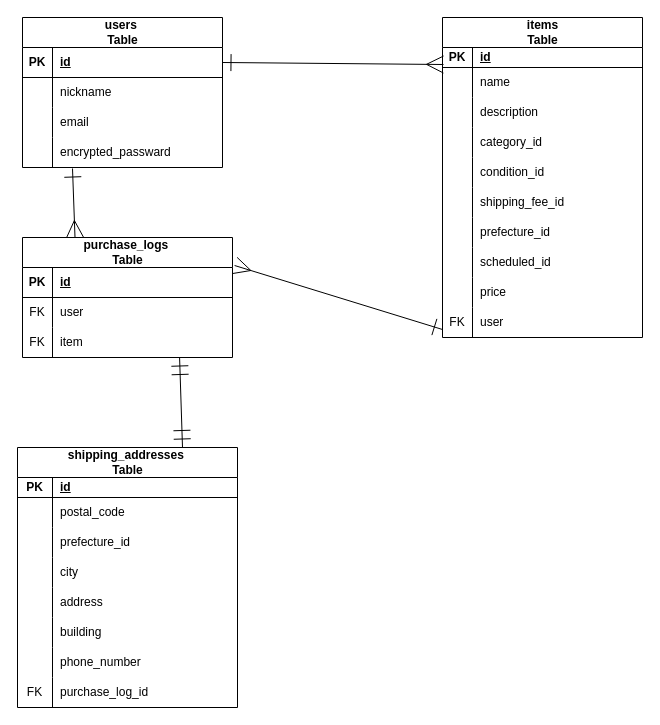
Earlier version of the draw.io diagram test.dio (kazumasa8/furima-42228). Source tidied: cells renumbered, new cells numbered last; positions are measured from the earlier drawing's top-left corner, leaving out a move shared by most shapes. Both pictures are drawn from the tidied source at 100%, with x=0, y=0 at pixel (17, 17).
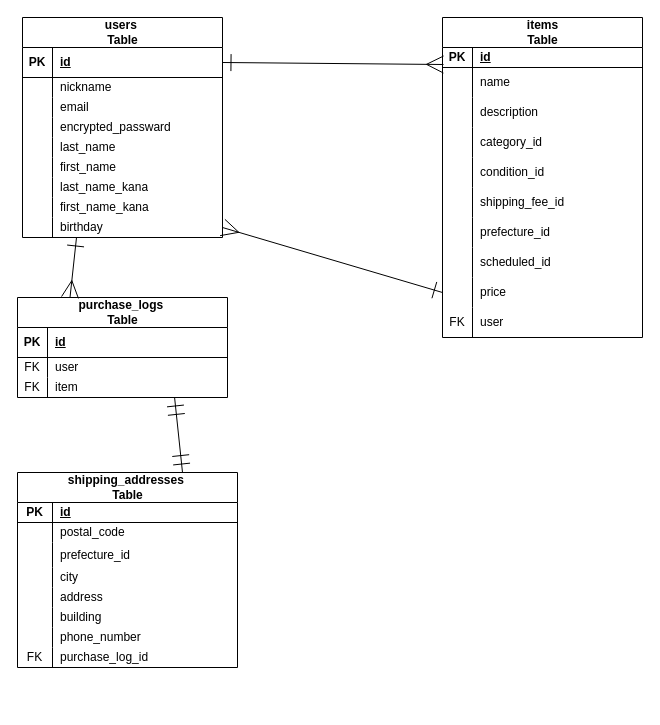
The same diagram, later.

Commit message (it also covers changes not shown here):
データベース設計修正

Unchanged cells that the change refers to:
```xml
<mxCell id="40" style="shape=tableRow;horizontal=0;startSize=0;swimlaneHead=0;swimlaneBody=0;fillColor=none;points=[[0,0.5],[1,0.5]];portConstraint=eastwest;top=0;left=0;right=0;bottom=0;" parent="15" vertex="1">
  <mxGeometry y="260" width="200" height="30" as="geometry" />
</mxCell>
```

What changed in the source:
```diff
@@
     <mxCell id="2" value="users&lt;span style=&quot;background-color: transparent;&quot;&gt;&amp;nbsp;&lt;/span&gt;&lt;div&gt;&lt;div&gt;Table&lt;/div&gt;&lt;/div&gt;" style="shape=table;startSize=30;childLayout=tableLayout;rowLines=0;fontStyle=1;align=center;html=1;fillColor=#FFFFFF;swimlaneFillColor=none;" parent="1" vertex="1">
-      <mxGeometry x="5" width="200" height="150" as="geometry" />
+      <mxGeometry x="5" width="200" height="220" as="geometry" />
     </mxCell>
@@
     <mxCell id="6" style="shape=tableRow;horizontal=0;startSize=0;swimlaneHead=0;swimlaneBody=0;fillColor=none;top=0;left=0;right=0;bottom=0;" parent="2" vertex="1">
-      <mxGeometry y="60" width="200" height="30" as="geometry" />
+      <mxGeometry y="60" width="200" height="20" as="geometry" />
     </mxCell>
     <mxCell id="7" style="shape=partialRectangle;fillColor=none;top=0;left=0;bottom=0;right=0;overflow=hidden;whiteSpace=wrap;html=1;" parent="6" vertex="1">
-      <mxGeometry width="30" height="30" as="geometry" />
+      <mxGeometry width="30" height="20" as="geometry" />
     </mxCell>
     <mxCell id="8" value="nickname" style="shape=partialRectangle;fillColor=none;top=0;left=0;bottom=0;right=0;align=left;spacingLeft=6;overflow=hidden;whiteSpace=wrap;html=1;" parent="6" vertex="1">
-      <mxGeometry x="30" width="170" height="30" as="geometry" />
+      <mxGeometry x="30" width="170" height="20" as="geometry" />
     </mxCell>
     <mxCell id="9" style="shape=tableRow;horizontal=0;startSize=0;swimlaneHead=0;swimlaneBody=0;fillColor=none;top=0;left=0;right=0;bottom=0;" parent="2" vertex="1">
-      <mxGeometry y="90" width="200" height="30" as="geometry" />
+      <mxGeometry y="80" width="200" height="20" as="geometry" />
     </mxCell>
     <mxCell id="10" style="shape=partialRectangle;fillColor=none;top=0;left=0;bottom=0;right=0;overflow=hidden;whiteSpace=wrap;html=1;" parent="9" vertex="1">
-      <mxGeometry width="30" height="30" as="geometry" />
+      <mxGeometry width="30" height="20" as="geometry" />
     </mxCell>
     <mxCell id="11" value="email" style="shape=partialRectangle;fillColor=none;top=0;left=0;bottom=0;right=0;align=left;spacingLeft=6;overflow=hidden;whiteSpace=wrap;html=1;" parent="9" vertex="1">
-      <mxGeometry x="30" width="170" height="30" as="geometry" />
+      <mxGeometry x="30" width="170" height="20" as="geometry" />
     </mxCell>
     <mxCell id="12" style="shape=tableRow;horizontal=0;startSize=0;swimlaneHead=0;swimlaneBody=0;fillColor=none;top=0;left=0;right=0;bottom=0;" parent="2" vertex="1">
-      <mxGeometry y="120" width="200" height="30" as="geometry" />
+      <mxGeometry y="100" width="200" height="20" as="geometry" />
     </mxCell>
     <mxCell id="13" style="shape=partialRectangle;fillColor=none;top=0;left=0;bottom=0;right=0;overflow=hidden;whiteSpace=wrap;html=1;" parent="12" vertex="1">
-      <mxGeometry width="30" height="30" as="geometry" />
+      <mxGeometry width="30" height="20" as="geometry" />
     </mxCell>
     <mxCell id="14" value="encrypted_passward" style="shape=partialRectangle;fillColor=none;top=0;left=0;bottom=0;right=0;align=left;spacingLeft=6;overflow=hidden;whiteSpace=wrap;html=1;" parent="12" vertex="1">
-      <mxGeometry x="30" width="170" height="30" as="geometry" />
+      <mxGeometry x="30" width="170" height="20" as="geometry" />
     </mxCell>
+    <mxCell id="85" style="shape=tableRow;horizontal=0;startSize=0;swimlaneHead=0;swimlaneBody=0;fillColor=none;top=0;left=0;right=0;bottom=0;" parent="2" vertex="1">
+      <mxGeometry y="120" width="200" height="20" as="geometry" />
+    </mxCell>
+    <mxCell id="86" style="shape=partialRectangle;fillColor=none;top=0;left=0;bottom=0;right=0;overflow=hidden;whiteSpace=wrap;html=1;" parent="85" vertex="1">
+      <mxGeometry width="30" height="20" as="geometry" />
+    </mxCell>
+    <mxCell id="87" value="last_name" style="shape=partialRectangle;fillColor=none;top=0;left=0;bottom=0;right=0;align=left;spacingLeft=6;overflow=hidden;whiteSpace=wrap;html=1;" parent="85" vertex="1">
+      <mxGeometry x="30" width="170" height="20" as="geometry" />
+    </mxCell>
+    <mxCell id="88" style="shape=tableRow;horizontal=0;startSize=0;swimlaneHead=0;swimlaneBody=0;fillColor=none;top=0;left=0;right=0;bottom=0;" parent="2" vertex="1">
+      <mxGeometry y="140" width="200" height="20" as="geometry" />
+    </mxCell>
+    <mxCell id="89" style="shape=partialRectangle;fillColor=none;top=0;left=0;bottom=0;right=0;overflow=hidden;whiteSpace=wrap;html=1;" parent="88" vertex="1">
+      <mxGeometry width="30" height="20" as="geometry" />
+    </mxCell>
+    <mxCell id="90" value="first_name" style="shape=partialRectangle;fillColor=none;top=0;left=0;bottom=0;right=0;align=left;spacingLeft=6;overflow=hidden;whiteSpace=wrap;html=1;" parent="88" vertex="1">
+      <mxGeometry x="30" width="170" height="20" as="geometry" />
+    </mxCell>
+    <mxCell id="91" style="shape=tableRow;horizontal=0;startSize=0;swimlaneHead=0;swimlaneBody=0;fillColor=none;top=0;left=0;right=0;bottom=0;" parent="2" vertex="1">
+      <mxGeometry y="160" width="200" height="20" as="geometry" />
+    </mxCell>
+    <mxCell id="92" style="shape=partialRectangle;fillColor=none;top=0;left=0;bottom=0;right=0;overflow=hidden;whiteSpace=wrap;html=1;" parent="91" vertex="1">
+      <mxGeometry width="30" height="20" as="geometry" />
+    </mxCell>
+    <mxCell id="93" value="last_name_kana" style="shape=partialRectangle;fillColor=none;top=0;left=0;bottom=0;right=0;align=left;spacingLeft=6;overflow=hidden;whiteSpace=wrap;html=1;" parent="91" vertex="1">
+      <mxGeometry x="30" width="170" height="20" as="geometry" />
+    </mxCell>
+    <mxCell id="94" style="shape=tableRow;horizontal=0;startSize=0;swimlaneHead=0;swimlaneBody=0;fillColor=none;top=0;left=0;right=0;bottom=0;" parent="2" vertex="1">
+      <mxGeometry y="180" width="200" height="20" as="geometry" />
+    </mxCell>
+    <mxCell id="95" style="shape=partialRectangle;fillColor=none;top=0;left=0;bottom=0;right=0;overflow=hidden;whiteSpace=wrap;html=1;" parent="94" vertex="1">
+      <mxGeometry width="30" height="20" as="geometry" />
+    </mxCell>
+    <mxCell id="96" value="first_name_kana" style="shape=partialRectangle;fillColor=none;top=0;left=0;bottom=0;right=0;align=left;spacingLeft=6;overflow=hidden;whiteSpace=wrap;html=1;" parent="94" vertex="1">
+      <mxGeometry x="30" width="170" height="20" as="geometry" />
+    </mxCell>
+    <mxCell id="97" style="shape=tableRow;horizontal=0;startSize=0;swimlaneHead=0;swimlaneBody=0;fillColor=none;points=[[0,0.5],[1,0.5]];portConstraint=eastwest;top=0;left=0;right=0;bottom=0;" parent="2" vertex="1">
+      <mxGeometry y="200" width="200" height="20" as="geometry" />
+    </mxCell>
+    <mxCell id="98" style="shape=partialRectangle;fillColor=none;top=0;left=0;bottom=0;right=0;overflow=hidden;whiteSpace=wrap;html=1;" parent="97" vertex="1">
+      <mxGeometry width="30" height="20" as="geometry" />
+    </mxCell>
+    <mxCell id="99" value="birthday" style="shape=partialRectangle;fillColor=none;top=0;left=0;bottom=0;right=0;align=left;spacingLeft=6;overflow=hidden;whiteSpace=wrap;html=1;" parent="97" vertex="1">
+      <mxGeometry x="30" width="170" height="20" as="geometry" />
+    </mxCell>
@@
-    <mxCell id="41" style="shape=partialRectangle;fillColor=none;top=0;left=0;bottom=0;right=0;overflow=hidden;whiteSpace=wrap;html=1;" parent="40" vertex="1">
+    <mxCell id="41" style="shape=partialRectangle;fillColor=none;top=0;left=0;bottom=0;right=0;overflow=hidden;whiteSpace=wrap;html=1;opacity=0;" parent="40" vertex="1">
       <mxGeometry width="30" height="30" as="geometry" />
     </mxCell>
@@
     <mxCell id="46" value="purchase_logs&amp;nbsp;&lt;div&gt;Table&lt;/div&gt;" style="shape=table;startSize=30;childLayout=tableLayout;rowLines=0;fontStyle=1;align=center;html=1;" parent="1" vertex="1">
-      <mxGeometry x="5" y="220" width="210" height="120" as="geometry" />
+      <mxGeometry y="280" width="210" height="100" as="geometry" />
     </mxCell>
@@
     <mxCell id="50" style="shape=tableRow;horizontal=0;startSize=0;swimlaneHead=0;swimlaneBody=0;fillColor=none;top=0;left=0;right=0;bottom=0;" parent="46" vertex="1">
-      <mxGeometry y="60" width="210" height="30" as="geometry" />
+      <mxGeometry y="60" width="210" height="20" as="geometry" />
     </mxCell>
     <mxCell id="51" value="FK" style="shape=partialRectangle;fillColor=none;top=0;left=0;bottom=0;right=0;overflow=hidden;whiteSpace=wrap;html=1;" parent="50" vertex="1">
-      <mxGeometry width="30" height="30" as="geometry" />
+      <mxGeometry width="30" height="20" as="geometry" />
     </mxCell>
     <mxCell id="52" value="user" style="shape=partialRectangle;fillColor=none;top=0;left=0;bottom=0;right=0;align=left;spacingLeft=6;overflow=hidden;whiteSpace=wrap;html=1;" parent="50" vertex="1">
-      <mxGeometry x="30" width="180" height="30" as="geometry" />
+      <mxGeometry x="30" width="180" height="20" as="geometry" />
     </mxCell>
     <mxCell id="53" style="shape=tableRow;horizontal=0;startSize=0;swimlaneHead=0;swimlaneBody=0;fillColor=none;points=[[0,0.5],[1,0.5]];portConstraint=eastwest;top=0;left=0;right=0;bottom=0;" parent="46" vertex="1">
-      <mxGeometry y="90" width="210" height="30" as="geometry" />
+      <mxGeometry y="80" width="210" height="20" as="geometry" />
     </mxCell>
     <mxCell id="54" value="FK" style="shape=partialRectangle;fillColor=none;top=0;left=0;bottom=0;right=0;overflow=hidden;whiteSpace=wrap;html=1;" parent="53" vertex="1">
-      <mxGeometry width="30" height="30" as="geometry" />
+      <mxGeometry width="30" height="20" as="geometry" />
     </mxCell>
     <mxCell id="55" value="item" style="shape=partialRectangle;fillColor=none;top=0;left=0;bottom=0;right=0;align=left;spacingLeft=6;overflow=hidden;whiteSpace=wrap;html=1;" parent="53" vertex="1">
-      <mxGeometry x="30" width="180" height="30" as="geometry" />
+      <mxGeometry x="30" width="180" height="20" as="geometry" />
     </mxCell>
     <mxCell id="56" value="shipping_addresses&amp;nbsp;&lt;div&gt;Table&lt;/div&gt;" style="shape=table;startSize=30;childLayout=tableLayout;rowLines=0;fontStyle=1;align=center;html=1;" parent="1" vertex="1">
-      <mxGeometry y="430" width="220" height="260" as="geometry" />
+      <mxGeometry y="455" width="220" height="195" as="geometry" />
     </mxCell>
@@
     <mxCell id="60" style="shape=tableRow;horizontal=0;startSize=0;swimlaneHead=0;swimlaneBody=0;fillColor=none;top=0;left=0;right=0;bottom=0;" parent="56" vertex="1">
-      <mxGeometry y="50" width="220" height="30" as="geometry" />
+      <mxGeometry y="50" width="220" height="20" as="geometry" />
     </mxCell>
     <mxCell id="61" style="shape=partialRectangle;fillColor=none;top=0;left=0;bottom=0;right=0;overflow=hidden;whiteSpace=wrap;html=1;" parent="60" vertex="1">
-      <mxGeometry width="35" height="30" as="geometry" />
+      <mxGeometry width="35" height="20" as="geometry" />
     </mxCell>
     <mxCell id="62" value="postal_code" style="shape=partialRectangle;fillColor=none;top=0;left=0;bottom=0;right=0;align=left;spacingLeft=6;overflow=hidden;whiteSpace=wrap;html=1;" parent="60" vertex="1">
-      <mxGeometry x="35" width="185" height="30" as="geometry" />
+      <mxGeometry x="35" width="185" height="20" as="geometry" />
     </mxCell>
     <mxCell id="63" style="shape=tableRow;horizontal=0;startSize=0;swimlaneHead=0;swimlaneBody=0;fillColor=none;top=0;left=0;right=0;bottom=0;" parent="56" vertex="1">
-      <mxGeometry y="80" width="220" height="30" as="geometry" />
+      <mxGeometry y="70" width="220" height="25" as="geometry" />
     </mxCell>
     <mxCell id="64" style="shape=partialRectangle;fillColor=none;top=0;left=0;bottom=0;right=0;overflow=hidden;whiteSpace=wrap;html=1;" parent="63" vertex="1">
-      <mxGeometry width="35" height="30" as="geometry" />
+      <mxGeometry width="35" height="25" as="geometry" />
     </mxCell>
     <mxCell id="65" value="prefecture_id" style="shape=partialRectangle;fillColor=none;top=0;left=0;bottom=0;right=0;align=left;spacingLeft=6;overflow=hidden;whiteSpace=wrap;html=1;" parent="63" vertex="1">
-      <mxGeometry x="35" width="185" height="30" as="geometry" />
+      <mxGeometry x="35" width="185" height="25" as="geometry" />
     </mxCell>
     <mxCell id="66" style="shape=tableRow;horizontal=0;startSize=0;swimlaneHead=0;swimlaneBody=0;fillColor=none;top=0;left=0;right=0;bottom=0;" parent="56" vertex="1">
-      <mxGeometry y="110" width="220" height="30" as="geometry" />
+      <mxGeometry y="95" width="220" height="20" as="geometry" />
     </mxCell>
     <mxCell id="67" style="shape=partialRectangle;fillColor=none;top=0;left=0;bottom=0;right=0;overflow=hidden;whiteSpace=wrap;html=1;" parent="66" vertex="1">
-      <mxGeometry width="35" height="30" as="geometry" />
+      <mxGeometry width="35" height="20" as="geometry" />
     </mxCell>
     <mxCell id="68" value="city" style="shape=partialRectangle;fillColor=none;top=0;left=0;bottom=0;right=0;align=left;spacingLeft=6;overflow=hidden;whiteSpace=wrap;html=1;" parent="66" vertex="1">
-      <mxGeometry x="35" width="185" height="30" as="geometry" />
+      <mxGeometry x="35" width="185" height="20" as="geometry" />
     </mxCell>
     <mxCell id="69" style="shape=tableRow;horizontal=0;startSize=0;swimlaneHead=0;swimlaneBody=0;fillColor=none;top=0;left=0;right=0;bottom=0;" parent="56" vertex="1">
-      <mxGeometry y="140" width="220" height="30" as="geometry" />
+      <mxGeometry y="115" width="220" height="20" as="geometry" />
     </mxCell>
     <mxCell id="70" style="shape=partialRectangle;fillColor=none;top=0;left=0;bottom=0;right=0;overflow=hidden;whiteSpace=wrap;html=1;" parent="69" vertex="1">
-      <mxGeometry width="35" height="30" as="geometry" />
+      <mxGeometry width="35" height="20" as="geometry" />
     </mxCell>
     <mxCell id="71" value="address" style="shape=partialRectangle;fillColor=none;top=0;left=0;bottom=0;right=0;align=left;spacingLeft=6;overflow=hidden;whiteSpace=wrap;html=1;" parent="69" vertex="1">
-      <mxGeometry x="35" width="185" height="30" as="geometry" />
+      <mxGeometry x="35" width="185" height="20" as="geometry" />
     </mxCell>
     <mxCell id="72" style="shape=tableRow;horizontal=0;startSize=0;swimlaneHead=0;swimlaneBody=0;fillColor=none;top=0;left=0;right=0;bottom=0;" parent="56" vertex="1">
-      <mxGeometry y="170" width="220" height="30" as="geometry" />
+      <mxGeometry y="135" width="220" height="20" as="geometry" />
     </mxCell>
     <mxCell id="73" style="shape=partialRectangle;fillColor=none;top=0;left=0;bottom=0;right=0;overflow=hidden;whiteSpace=wrap;html=1;" parent="72" vertex="1">
-      <mxGeometry width="35" height="30" as="geometry" />
+      <mxGeometry width="35" height="20" as="geometry" />
     </mxCell>
     <mxCell id="74" value="building" style="shape=partialRectangle;fillColor=none;top=0;left=0;bottom=0;right=0;align=left;spacingLeft=6;overflow=hidden;whiteSpace=wrap;html=1;" parent="72" vertex="1">
-      <mxGeometry x="35" width="185" height="30" as="geometry" />
+      <mxGeometry x="35" width="185" height="20" as="geometry" />
     </mxCell>
     <mxCell id="75" style="shape=tableRow;horizontal=0;startSize=0;swimlaneHead=0;swimlaneBody=0;fillColor=none;top=0;left=0;right=0;bottom=0;" parent="56" vertex="1">
-      <mxGeometry y="200" width="220" height="30" as="geometry" />
+      <mxGeometry y="155" width="220" height="20" as="geometry" />
     </mxCell>
     <mxCell id="76" style="shape=partialRectangle;fillColor=none;top=0;left=0;bottom=0;right=0;overflow=hidden;whiteSpace=wrap;html=1;" parent="75" vertex="1">
-      <mxGeometry width="35" height="30" as="geometry" />
+      <mxGeometry width="35" height="20" as="geometry" />
     </mxCell>
     <mxCell id="77" value="phone_number" style="shape=partialRectangle;fillColor=none;top=0;left=0;bottom=0;right=0;align=left;spacingLeft=6;overflow=hidden;whiteSpace=wrap;html=1;" parent="75" vertex="1">
-      <mxGeometry x="35" width="185" height="30" as="geometry" />
+      <mxGeometry x="35" width="185" height="20" as="geometry" />
     </mxCell>
     <mxCell id="78" style="shape=tableRow;horizontal=0;startSize=0;swimlaneHead=0;swimlaneBody=0;fillColor=none;top=0;left=0;right=0;bottom=0;" parent="56" vertex="1">
-      <mxGeometry y="230" width="220" height="30" as="geometry" />
+      <mxGeometry y="175" width="220" height="20" as="geometry" />
     </mxCell>
     <mxCell id="79" value="FK" style="shape=partialRectangle;fillColor=none;top=0;left=0;bottom=0;right=0;overflow=hidden;whiteSpace=wrap;html=1;" parent="78" vertex="1">
-      <mxGeometry width="35" height="30" as="geometry" />
+      <mxGeometry width="35" height="20" as="geometry" />
     </mxCell>
     <mxCell id="80" value="purchase_log_id" style="shape=partialRectangle;fillColor=none;top=0;left=0;bottom=0;right=0;align=left;spacingLeft=6;overflow=hidden;whiteSpace=wrap;html=1;" parent="78" vertex="1">
-      <mxGeometry x="35" width="185" height="30" as="geometry" />
+      <mxGeometry x="35" width="185" height="20" as="geometry" />
     </mxCell>
@@
-    <mxCell id="82" style="edgeStyle=none;html=1;exitX=0.25;exitY=0;exitDx=0;exitDy=0;endArrow=ERone;endFill=0;startArrow=ERmany;startFill=0;targetPerimeterSpacing=15;sourcePerimeterSpacing=15;endSize=15;startSize=15;" parent="1" edge="1" source="46">
-      <mxGeometry relative="1" as="geometry">
-        <mxPoint x="55" y="151" as="targetPoint" />
-      </mxGeometry>
+    <mxCell id="82" style="edgeStyle=none;html=1;exitX=0.25;exitY=0;exitDx=0;exitDy=0;endArrow=ERone;endFill=0;startArrow=ERmany;startFill=0;targetPerimeterSpacing=15;sourcePerimeterSpacing=15;endSize=15;startSize=15;entryX=0.27;entryY=1;entryDx=0;entryDy=0;entryPerimeter=0;" parent="1" edge="1" source="46" target="97">
+      <mxGeometry relative="1" as="geometry" />
     </mxCell>
-    <mxCell id="83" style="edgeStyle=none;html=1;exitX=0;exitY=0.5;exitDx=0;exitDy=0;entryX=1.01;entryY=0.175;entryDx=0;entryDy=0;entryPerimeter=0;endArrow=ERmany;endFill=0;startArrow=ERone;startFill=0;targetPerimeterSpacing=15;sourcePerimeterSpacing=15;endSize=15;startSize=15;" parent="1" edge="1">
+    <mxCell id="83" style="edgeStyle=none;html=1;exitX=0;exitY=0.5;exitDx=0;exitDy=0;entryX=1.01;entryY=0.175;entryDx=0;entryDy=0;entryPerimeter=0;endArrow=ERmany;endFill=0;startArrow=ERone;startFill=0;targetPerimeterSpacing=15;sourcePerimeterSpacing=15;endSize=15;startSize=15;" parent="1" edge="1" source="40">
       <mxGeometry relative="1" as="geometry">
-        <mxPoint x="425" y="312" as="sourcePoint" />
-        <mxPoint x="217.1" y="248" as="targetPoint" />
+        <mxPoint x="205" y="210" as="targetPoint" />
       </mxGeometry>
     </mxCell>
```
